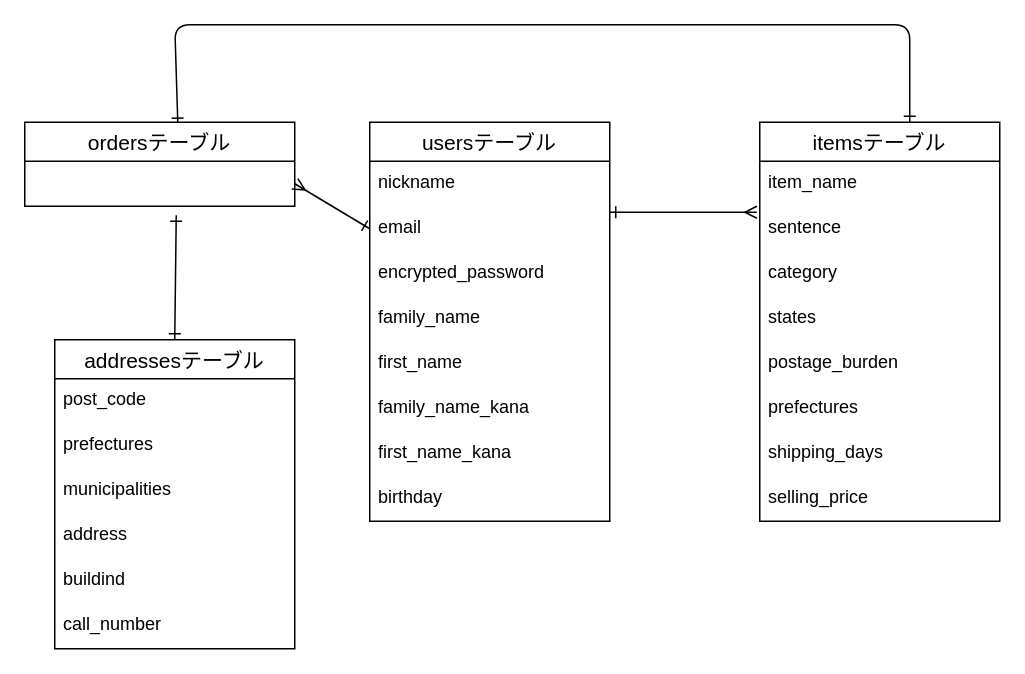
Shibasaki-Suzuka/furima-39101 keeps this draw.io diagram as furima.dio. Above is the earlier version. Source tidied: cells renumbered, new cells numbered last; positions are measured from the earlier drawing's top-left corner, leaving out a move shared by most shapes. Both pictures are drawn from the tidied source at 150%, with x=0, y=0 at pixel (24, 24).
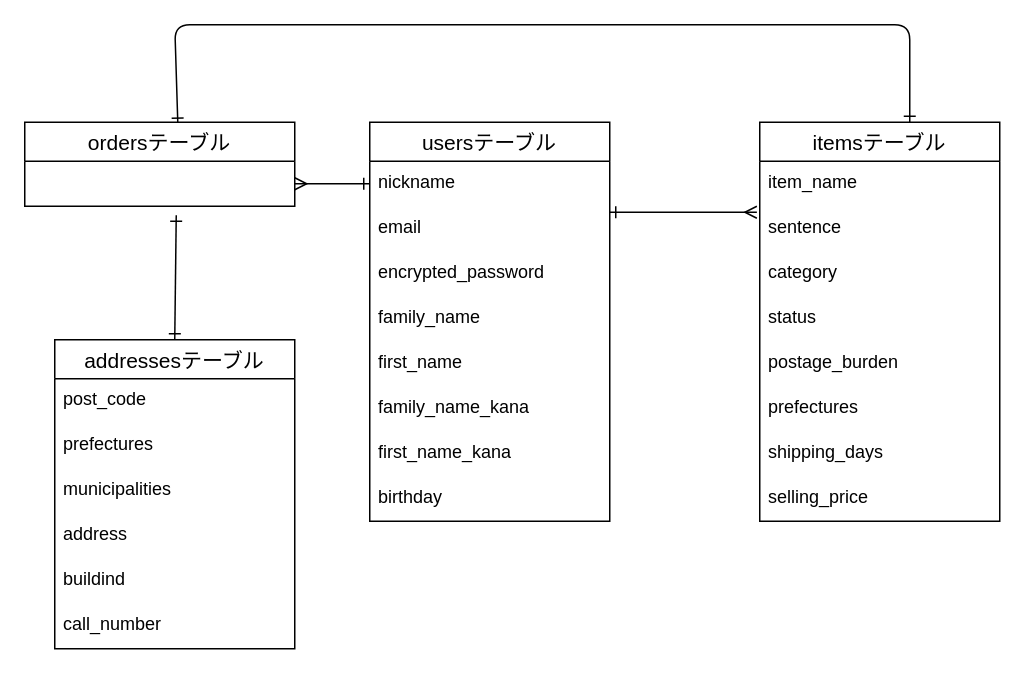
Above is the later version.

The change refers to these unchanged cells:
```xml
<mxCell id="4" value="email" style="text;strokeColor=none;fillColor=none;spacingLeft=4;spacingRight=4;overflow=hidden;points=[[0,0.5],[1,0.5]];portConstraint=eastwest;fontSize=12;rounded=0;" parent="2" vertex="1">
  <mxGeometry y="56" width="160" height="30" as="geometry" />
</mxCell>
<mxCell id="11" value="itemsテーブル" style="swimlane;fontStyle=0;horizontal=1;startSize=26;align=center;fontSize=14;rounded=0;" parent="1" vertex="1">
  <mxGeometry x="490" y="65" width="160" height="266" as="geometry" />
</mxCell>
```

What changed in the source:
```diff
@@
-    <mxCell id="15" value="states" style="text;strokeColor=none;fillColor=none;spacingLeft=4;spacingRight=4;overflow=hidden;fontSize=12;" parent="11" vertex="1">
+    <mxCell id="15" value="status" style="text;strokeColor=none;fillColor=none;spacingLeft=4;spacingRight=4;overflow=hidden;fontSize=12;" parent="11" vertex="1">
       <mxGeometry y="116" width="160" height="30" as="geometry" />
     </mxCell>
@@
-    <mxCell id="30" style="edgeStyle=none;html=1;exitX=1;exitY=0.5;exitDx=0;exitDy=0;entryX=0;entryY=0.5;entryDx=0;entryDy=0;startArrow=ERmany;startFill=0;endArrow=ERone;endFill=0;" parent="1" edge="1" target="4">
+    <mxCell id="30" style="edgeStyle=none;html=1;exitX=1;exitY=0.5;exitDx=0;exitDy=0;startArrow=ERmany;startFill=0;endArrow=ERone;endFill=0;" parent="1" edge="1">
       <mxGeometry relative="1" as="geometry">
         <mxPoint x="180" y="106" as="sourcePoint" />
+        <mxPoint x="230" y="106" as="targetPoint" />
       </mxGeometry>
     </mxCell>
```
